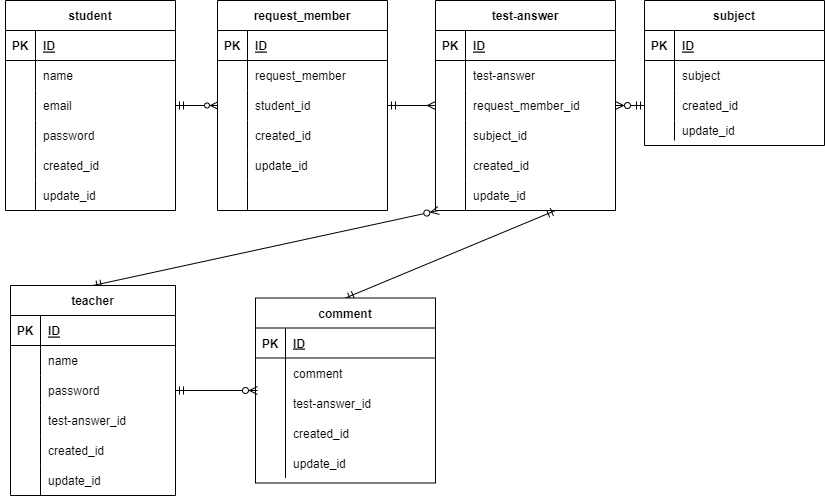
Before: 20221204_オダ.drawio.png, a diagram exported from draw.io (kazuyukiluck/20221204kadai). Source tidied: cells renumbered, new cells last; positions are measured from the earlier drawing's top-left corner, leaving out a move shared by most shapes.
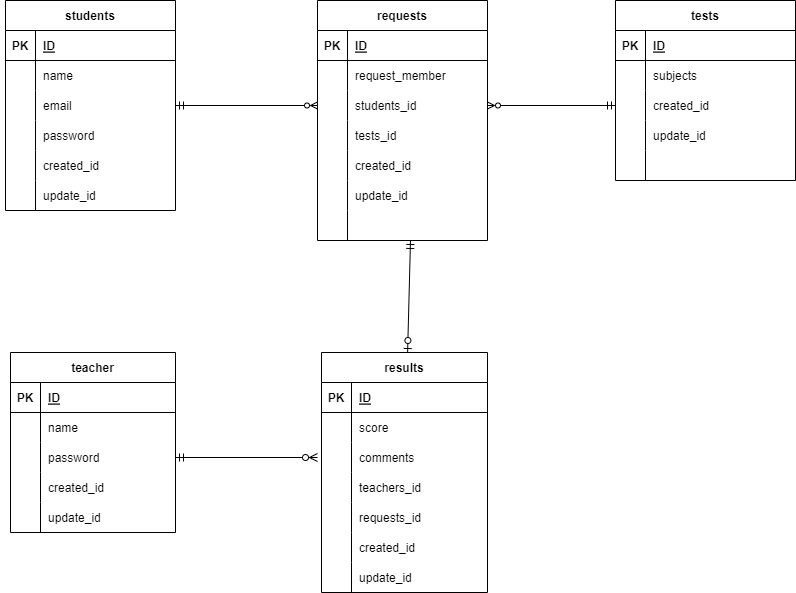
Above is the later version.

What changed in the source:
```diff
@@ -7,3 +7,3 @@
     </mxCell>
-    <mxCell id="3" value="student" style="shape=table;startSize=30;rowLines=0;fontStyle=1;align=center;" parent="1" vertex="1">
+    <mxCell id="3" value="students" style="shape=table;startSize=30;rowLines=0;fontStyle=1;align=center;" parent="1" vertex="1">
       <mxGeometry width="170" height="210" as="geometry" />
@@ -64,4 +64,4 @@
     </mxCell>
-    <mxCell id="22" value="test-answer" style="shape=table;startSize=30;rowLines=0;fontStyle=1;align=center;labelBorderColor=none;" parent="1" vertex="1">
-      <mxGeometry x="430" width="180" height="210" as="geometry" />
+    <mxCell id="22" value="tests" style="shape=table;startSize=30;rowLines=0;fontStyle=1;align=center;labelBorderColor=none;" parent="1" vertex="1">
+      <mxGeometry x="610" width="180" height="180" as="geometry" />
     </mxCell>
@@ -82,16 +82,7 @@
     </mxCell>
-    <mxCell id="28" value="test-answer" style="shape=partialRectangle;fillColor=none;top=0;left=0;bottom=0;right=0;align=left;spacingLeft=6;overflow=hidden;" parent="26" vertex="1">
+    <mxCell id="28" value="subjects" style="shape=partialRectangle;fillColor=none;top=0;left=0;bottom=0;right=0;align=left;spacingLeft=6;overflow=hidden;" parent="26" vertex="1">
       <mxGeometry x="30" width="150" height="30" as="geometry" />
     </mxCell>
-    <mxCell id="29" style="shape=partialRectangle;fillColor=none;top=0;left=0;bottom=0;right=0;points=[[0,0.5],[1,0.5]];portConstraint=eastwest;" parent="22" vertex="1">
-      <mxGeometry y="90" width="180" height="30" as="geometry" />
-    </mxCell>
-    <mxCell id="30" style="shape=partialRectangle;fillColor=none;top=0;left=0;bottom=0;right=0;overflow=hidden;" parent="29" vertex="1">
-      <mxGeometry width="30" height="30" as="geometry" />
-    </mxCell>
-    <mxCell id="31" value="request_member_id" style="shape=partialRectangle;fillColor=none;top=0;left=0;bottom=0;right=0;align=left;spacingLeft=6;overflow=hidden;" parent="29" vertex="1">
-      <mxGeometry x="30" width="150" height="30" as="geometry" />
-    </mxCell>
     <mxCell id="32" style="shape=partialRectangle;fillColor=none;top=0;left=0;bottom=0;right=0;points=[[0,0.5],[1,0.5]];portConstraint=eastwest;" parent="22" vertex="1">
-      <mxGeometry y="120" width="180" height="30" as="geometry" />
+      <mxGeometry y="90" width="180" height="30" as="geometry" />
     </mxCell>
@@ -100,3 +91,3 @@
     </mxCell>
-    <mxCell id="34" value="subject_id" style="shape=partialRectangle;fillColor=none;top=0;left=0;bottom=0;right=0;align=left;spacingLeft=6;overflow=hidden;" parent="32" vertex="1">
+    <mxCell id="34" value="created_id" style="shape=partialRectangle;fillColor=none;top=0;left=0;bottom=0;right=0;align=left;spacingLeft=6;overflow=hidden;" parent="32" vertex="1">
       <mxGeometry x="30" width="150" height="30" as="geometry" />
@@ -104,3 +95,3 @@
     <mxCell id="35" style="shape=partialRectangle;fillColor=none;top=0;left=0;bottom=0;right=0;" parent="22" vertex="1">
-      <mxGeometry y="150" width="180" height="30" as="geometry" />
+      <mxGeometry y="120" width="180" height="30" as="geometry" />
     </mxCell>
@@ -109,3 +100,3 @@
     </mxCell>
-    <mxCell id="37" style="shape=partialRectangle;fillColor=none;top=0;left=0;bottom=0;right=0;align=left;spacingLeft=6;overflow=hidden;" parent="35" vertex="1">
+    <mxCell id="37" value="update_id" style="shape=partialRectangle;fillColor=none;top=0;left=0;bottom=0;right=0;align=left;spacingLeft=6;overflow=hidden;" parent="35" vertex="1">
       <mxGeometry x="30" width="150" height="30" as="geometry" />
@@ -113,3 +104,3 @@
     <mxCell id="38" style="shape=partialRectangle;fillColor=none;top=0;left=0;bottom=0;right=0;points=[[0,0.5],[1,0.5]];portConstraint=eastwest;" parent="22" vertex="1">
-      <mxGeometry y="180" width="180" height="30" as="geometry" />
+      <mxGeometry y="150" width="180" height="30" as="geometry" />
     </mxCell>
@@ -121,44 +112,2 @@
     </mxCell>
-    <mxCell id="41" value="subject" style="shape=table;startSize=30;rowLines=0;fontStyle=1;align=center;" parent="1" vertex="1">
-      <mxGeometry x="639" width="180" height="145" as="geometry" />
-    </mxCell>
-    <mxCell id="42" style="shape=partialRectangle;fillColor=none;top=0;left=0;bottom=1;right=0;" parent="41" vertex="1">
-      <mxGeometry y="30" width="180" height="30" as="geometry" />
-    </mxCell>
-    <mxCell id="43" value="PK" style="shape=partialRectangle;fillColor=none;top=0;left=0;bottom=0;right=0;fontStyle=1;overflow=hidden;" parent="42" vertex="1">
-      <mxGeometry width="30" height="30" as="geometry" />
-    </mxCell>
-    <mxCell id="44" value="ID" style="shape=partialRectangle;fillColor=none;top=0;left=0;bottom=0;right=0;align=left;spacingLeft=6;fontStyle=5;overflow=hidden;" parent="42" vertex="1">
-      <mxGeometry x="30" width="150" height="30" as="geometry" />
-    </mxCell>
-    <mxCell id="45" style="shape=partialRectangle;fillColor=none;top=0;left=0;bottom=0;right=0;" parent="41" vertex="1">
-      <mxGeometry y="60" width="180" height="30" as="geometry" />
-    </mxCell>
-    <mxCell id="46" style="shape=partialRectangle;fillColor=none;top=0;left=0;bottom=0;right=0;overflow=hidden;" parent="45" vertex="1">
-      <mxGeometry width="30" height="30" as="geometry" />
-    </mxCell>
-    <mxCell id="47" value="subject" style="shape=partialRectangle;fillColor=none;top=0;left=0;bottom=0;right=0;align=left;spacingLeft=6;overflow=hidden;" parent="45" vertex="1">
-      <mxGeometry x="30" width="150" height="30" as="geometry" />
-    </mxCell>
-    <mxCell id="48" style="shape=partialRectangle;fillColor=none;top=0;left=0;bottom=0;right=0;points=[[0,0.5],[1,0.5]];portConstraint=eastwest;" parent="41" vertex="1">
-      <mxGeometry y="90" width="180" height="30" as="geometry" />
-    </mxCell>
-    <mxCell id="49" style="shape=partialRectangle;fillColor=none;top=0;left=0;bottom=0;right=0;overflow=hidden;" parent="48" vertex="1">
-      <mxGeometry width="30" height="30" as="geometry" />
-    </mxCell>
-    <mxCell id="50" value="created_id" style="shape=partialRectangle;fillColor=none;top=0;left=0;bottom=0;right=0;align=left;spacingLeft=6;overflow=hidden;" parent="48" vertex="1">
-      <mxGeometry x="30" width="150" height="30" as="geometry" />
-    </mxCell>
-    <mxCell id="51" style="shape=partialRectangle;fillColor=none;top=0;left=0;bottom=0;right=0;" parent="41" vertex="1">
-      <mxGeometry y="120" width="180" height="20" as="geometry" />
-    </mxCell>
-    <mxCell id="52" style="shape=partialRectangle;fillColor=none;top=0;left=0;bottom=0;right=0;overflow=hidden;" parent="51" vertex="1">
-      <mxGeometry width="30" height="20" as="geometry" />
-    </mxCell>
-    <mxCell id="53" value="update_id" style="shape=partialRectangle;fillColor=none;top=0;left=0;bottom=0;right=0;align=left;spacingLeft=6;overflow=hidden;" parent="51" vertex="1">
-      <mxGeometry x="30" width="150" height="20" as="geometry" />
-    </mxCell>
-    <mxCell id="54" style="edgeStyle=none;html=1;startArrow=ERmandOne;startFill=0;endArrow=ERzeroToMany;endFill=0;endSize=6;strokeWidth=1;entryX=1;entryY=0.5;entryDx=0;entryDy=0;" parent="1" edge="1" source="48" target="29">
-      <mxGeometry relative="1" as="geometry" />
-    </mxCell>
     <mxCell id="55" value="created_id" style="shape=partialRectangle;fillColor=none;top=0;left=0;bottom=0;right=0;align=left;spacingLeft=6;overflow=hidden;" parent="1" vertex="1">
@@ -169,13 +118,4 @@
     </mxCell>
-    <mxCell id="57" value="created_id" style="shape=partialRectangle;fillColor=none;top=0;left=0;bottom=0;right=0;align=left;spacingLeft=6;overflow=hidden;" parent="1" vertex="1">
-      <mxGeometry x="460" y="150" width="150" height="30" as="geometry" />
-    </mxCell>
-    <mxCell id="58" value="update_id" style="shape=partialRectangle;fillColor=none;top=0;left=0;bottom=0;right=0;align=left;spacingLeft=6;overflow=hidden;" parent="1" vertex="1">
-      <mxGeometry x="460" y="180" width="150" height="30" as="geometry" />
-    </mxCell>
-    <mxCell id="59" style="edgeStyle=none;html=1;entryX=0.017;entryY=1;entryDx=0;entryDy=0;startArrow=ERmandOne;startFill=0;endArrow=ERzeroToMany;endFill=0;endSize=6;strokeWidth=1;exitX=0.5;exitY=0;exitDx=0;exitDy=0;entryPerimeter=0;" parent="1" edge="1" source="60" target="38">
-      <mxGeometry relative="1" as="geometry" />
-    </mxCell>
     <mxCell id="60" value="teacher" style="shape=table;startSize=30;rowLines=0;fontStyle=1;align=center;" parent="1" vertex="1">
-      <mxGeometry x="5" y="285" width="165" height="210" as="geometry" />
+      <mxGeometry x="5" y="352" width="165" height="180" as="geometry" />
     </mxCell>
@@ -208,13 +148,4 @@
     </mxCell>
-    <mxCell id="70" style="shape=partialRectangle;fillColor=none;top=0;left=0;bottom=0;right=0;" parent="60" vertex="1">
-      <mxGeometry y="120" width="165" height="30" as="geometry" />
-    </mxCell>
-    <mxCell id="71" style="shape=partialRectangle;fillColor=none;top=0;left=0;bottom=0;right=0;overflow=hidden;" parent="70" vertex="1">
-      <mxGeometry width="30" height="30" as="geometry" />
-    </mxCell>
-    <mxCell id="72" value="test-answer_id" style="shape=partialRectangle;fillColor=none;top=0;left=0;bottom=0;right=0;align=left;spacingLeft=6;overflow=hidden;" parent="70" vertex="1">
-      <mxGeometry x="30" width="135" height="30" as="geometry" />
-    </mxCell>
     <mxCell id="73" style="shape=partialRectangle;fillColor=none;top=0;left=0;bottom=0;right=0;" parent="60" vertex="1">
-      <mxGeometry y="150" width="165" height="30" as="geometry" />
+      <mxGeometry y="120" width="165" height="30" as="geometry" />
     </mxCell>
@@ -227,3 +158,3 @@
     <mxCell id="76" style="shape=partialRectangle;fillColor=none;top=0;left=0;bottom=0;right=0;" parent="60" vertex="1">
-      <mxGeometry y="180" width="165" height="30" as="geometry" />
+      <mxGeometry y="150" width="165" height="30" as="geometry" />
     </mxCell>
@@ -235,12 +166,10 @@
     </mxCell>
-    <mxCell id="79" style="edgeStyle=none;html=1;endArrow=ERmandOne;endFill=0;startArrow=ERmandOne;startFill=0;exitX=0.5;exitY=0;exitDx=0;exitDy=0;" parent="1" edge="1" source="80">
-      <mxGeometry relative="1" as="geometry">
-        <mxPoint x="550" y="210" as="targetPoint" />
-      </mxGeometry>
-    </mxCell>
+    <mxCell id="117" style="edgeStyle=none;html=1;entryX=0.547;entryY=1;entryDx=0;entryDy=0;entryPerimeter=0;startArrow=ERzeroToOne;startFill=0;endArrow=ERmandOne;endFill=0;" parent="1" edge="1" source="80" target="114">
+      <mxGeometry relative="1" as="geometry" />
+    </mxCell>
-    <mxCell id="80" value="comment" style="shape=table;startSize=30;rowLines=0;fontStyle=1;align=center;" parent="1" vertex="1">
-      <mxGeometry x="250" y="297.5" width="180" height="185" as="geometry" />
+    <mxCell id="80" value="results" style="shape=table;startSize=30;rowLines=0;fontStyle=1;align=center;" parent="1" vertex="1">
+      <mxGeometry x="316" y="352" width="166" height="240" as="geometry" />
     </mxCell>
     <mxCell id="81" style="shape=partialRectangle;fillColor=none;top=0;left=0;bottom=1;right=0;" parent="80" vertex="1">
-      <mxGeometry y="30" width="180" height="30" as="geometry" />
+      <mxGeometry y="30" width="166" height="30" as="geometry" />
     </mxCell>
@@ -250,6 +179,6 @@
     <mxCell id="83" value="ID" style="shape=partialRectangle;fillColor=none;top=0;left=0;bottom=0;right=0;align=left;spacingLeft=6;fontStyle=5;overflow=hidden;" parent="81" vertex="1">
-      <mxGeometry x="30" width="150" height="30" as="geometry" />
+      <mxGeometry x="30" width="136" height="30" as="geometry" />
     </mxCell>
     <mxCell id="84" style="shape=partialRectangle;fillColor=none;top=0;left=0;bottom=0;right=0;" parent="80" vertex="1">
-      <mxGeometry y="60" width="180" height="30" as="geometry" />
+      <mxGeometry y="60" width="166" height="30" as="geometry" />
     </mxCell>
@@ -258,7 +187,25 @@
     </mxCell>
-    <mxCell id="86" value="comment" style="shape=partialRectangle;fillColor=none;top=0;left=0;bottom=0;right=0;align=left;spacingLeft=6;overflow=hidden;" parent="84" vertex="1">
-      <mxGeometry x="30" width="150" height="30" as="geometry" />
+    <mxCell id="86" value="score" style="shape=partialRectangle;fillColor=none;top=0;left=0;bottom=0;right=0;align=left;spacingLeft=6;overflow=hidden;" parent="84" vertex="1">
+      <mxGeometry x="30" width="136" height="30" as="geometry" />
     </mxCell>
+    <mxCell id="118" style="shape=partialRectangle;fillColor=none;top=0;left=0;bottom=0;right=0;" parent="80" vertex="1">
+      <mxGeometry y="90" width="166" height="30" as="geometry" />
+    </mxCell>
+    <mxCell id="119" style="shape=partialRectangle;fillColor=none;top=0;left=0;bottom=0;right=0;overflow=hidden;" parent="118" vertex="1">
+      <mxGeometry width="30" height="30" as="geometry" />
+    </mxCell>
+    <mxCell id="120" value="comments" style="shape=partialRectangle;fillColor=none;top=0;left=0;bottom=0;right=0;align=left;spacingLeft=6;overflow=hidden;" parent="118" vertex="1">
+      <mxGeometry x="30" width="136" height="30" as="geometry" />
+    </mxCell>
+    <mxCell id="121" style="shape=partialRectangle;fillColor=none;top=0;left=0;bottom=0;right=0;" parent="80" vertex="1">
+      <mxGeometry y="120" width="166" height="30" as="geometry" />
+    </mxCell>
+    <mxCell id="122" style="shape=partialRectangle;fillColor=none;top=0;left=0;bottom=0;right=0;overflow=hidden;" parent="121" vertex="1">
+      <mxGeometry width="30" height="30" as="geometry" />
+    </mxCell>
+    <mxCell id="123" value="teachers_id" style="shape=partialRectangle;fillColor=none;top=0;left=0;bottom=0;right=0;align=left;spacingLeft=6;overflow=hidden;" parent="121" vertex="1">
+      <mxGeometry x="30" width="136" height="30" as="geometry" />
+    </mxCell>
     <mxCell id="87" style="shape=partialRectangle;fillColor=none;top=0;left=0;bottom=0;right=0;points=[[0,0.5],[1,0.5]];portConstraint=eastwest;" parent="80" vertex="1">
-      <mxGeometry y="90" width="180" height="30" as="geometry" />
+      <mxGeometry y="150" width="166" height="30" as="geometry" />
     </mxCell>
@@ -267,7 +214,7 @@
     </mxCell>
-    <mxCell id="89" value="test-answer_id" style="shape=partialRectangle;fillColor=none;top=0;left=0;bottom=0;right=0;align=left;spacingLeft=6;overflow=hidden;" parent="87" vertex="1">
-      <mxGeometry x="30" width="150" height="30" as="geometry" />
+    <mxCell id="89" value="requests_id" style="shape=partialRectangle;fillColor=none;top=0;left=0;bottom=0;right=0;align=left;spacingLeft=6;overflow=hidden;" parent="87" vertex="1">
+      <mxGeometry x="30" width="136" height="30" as="geometry" />
     </mxCell>
     <mxCell id="90" style="shape=partialRectangle;fillColor=none;top=0;left=0;bottom=0;right=0;" parent="80" vertex="1">
-      <mxGeometry y="120" width="180" height="30" as="geometry" />
+      <mxGeometry y="180" width="166" height="30" as="geometry" />
     </mxCell>
@@ -277,6 +224,6 @@
     <mxCell id="92" value="created_id" style="shape=partialRectangle;fillColor=none;top=0;left=0;bottom=0;right=0;align=left;spacingLeft=6;overflow=hidden;" parent="90" vertex="1">
-      <mxGeometry x="30" width="150" height="30" as="geometry" />
+      <mxGeometry x="30" width="136" height="30" as="geometry" />
     </mxCell>
     <mxCell id="93" style="shape=partialRectangle;fillColor=none;top=0;left=0;bottom=0;right=0;" parent="80" vertex="1">
-      <mxGeometry y="150" width="180" height="30" as="geometry" />
+      <mxGeometry y="210" width="166" height="30" as="geometry" />
     </mxCell>
@@ -286,12 +233,14 @@
     <mxCell id="95" value="update_id" style="shape=partialRectangle;fillColor=none;top=0;left=0;bottom=0;right=0;align=left;spacingLeft=6;overflow=hidden;" parent="93" vertex="1">
-      <mxGeometry x="30" width="150" height="30" as="geometry" />
+      <mxGeometry x="30" width="136" height="30" as="geometry" />
     </mxCell>
-    <mxCell id="96" style="edgeStyle=none;html=1;entryX=0.011;entryY=0.083;entryDx=0;entryDy=0;entryPerimeter=0;startArrow=ERmandOne;startFill=0;endArrow=ERzeroToMany;endFill=0;" parent="1" edge="1" source="67" target="87">
-      <mxGeometry relative="1" as="geometry" />
+    <mxCell id="96" style="edgeStyle=none;html=1;startArrow=ERmandOne;startFill=0;endArrow=ERzeroToMany;endFill=0;" parent="1" edge="1" source="67">
+      <mxGeometry relative="1" as="geometry">
+        <mxPoint x="312" y="457" as="targetPoint" />
+      </mxGeometry>
     </mxCell>
-    <mxCell id="97" style="edgeStyle=none;html=1;entryX=0;entryY=0.5;entryDx=0;entryDy=0;startArrow=ERmandOne;startFill=0;endArrow=ERmany;endFill=0;" parent="1" edge="1" source="98" target="29">
+    <mxCell id="97" style="edgeStyle=none;html=1;entryX=0;entryY=0.5;entryDx=0;entryDy=0;startArrow=ERzeroToMany;startFill=0;endArrow=ERmandOne;endFill=0;" parent="1" edge="1" source="98" target="x">
       <mxGeometry relative="1" as="geometry" />
     </mxCell>
-    <mxCell id="98" value="request_member" style="shape=table;startSize=30;rowLines=0;fontStyle=1;align=center;" parent="1" vertex="1">
-      <mxGeometry x="212" width="170" height="210" as="geometry" />
+    <mxCell id="98" value="requests" style="shape=table;startSize=30;rowLines=0;fontStyle=1;align=center;" parent="1" vertex="1">
+      <mxGeometry x="312" width="170" height="240" as="geometry" />
     </mxCell>
@@ -321,7 +270,16 @@
     </mxCell>
-    <mxCell id="107" value="student_id" style="shape=partialRectangle;fillColor=none;top=0;left=0;bottom=0;right=0;align=left;spacingLeft=6;overflow=hidden;" parent="105" vertex="1">
+    <mxCell id="107" value="students_id" style="shape=partialRectangle;fillColor=none;top=0;left=0;bottom=0;right=0;align=left;spacingLeft=6;overflow=hidden;" parent="105" vertex="1">
       <mxGeometry x="30" width="140" height="30" as="geometry" />
     </mxCell>
+    <mxCell id="124" style="shape=partialRectangle;fillColor=none;top=0;left=0;bottom=0;right=0;" parent="98" vertex="1">
+      <mxGeometry y="120" width="170" height="30" as="geometry" />
+    </mxCell>
+    <mxCell id="125" style="shape=partialRectangle;fillColor=none;top=0;left=0;bottom=0;right=0;overflow=hidden;strokeWidth=10;" parent="124" vertex="1">
+      <mxGeometry width="30" height="30" as="geometry" />
+    </mxCell>
+    <mxCell id="126" value="tests_id" style="shape=partialRectangle;fillColor=none;top=0;left=0;bottom=0;right=0;align=left;spacingLeft=6;overflow=hidden;" parent="124" vertex="1">
+      <mxGeometry x="30" width="140" height="30" as="geometry" />
+    </mxCell>
     <mxCell id="108" style="shape=partialRectangle;fillColor=none;top=0;left=0;bottom=0;right=0;" parent="98" vertex="1">
-      <mxGeometry y="120" width="170" height="30" as="geometry" />
+      <mxGeometry y="150" width="170" height="30" as="geometry" />
     </mxCell>
@@ -334,3 +292,3 @@
     <mxCell id="111" style="shape=partialRectangle;fillColor=none;top=0;left=0;bottom=0;right=0;" parent="98" vertex="1">
-      <mxGeometry y="150" width="170" height="30" as="geometry" />
+      <mxGeometry y="180" width="170" height="30" as="geometry" />
     </mxCell>
@@ -343,3 +301,3 @@
     <mxCell id="114" style="shape=partialRectangle;fillColor=none;top=0;left=0;bottom=0;right=0;points=[[0,0.5],[1,0.5]];portConstraint=eastwest;" parent="98" vertex="1">
-      <mxGeometry y="180" width="170" height="30" as="geometry" />
+      <mxGeometry y="210" width="170" height="30" as="geometry" />
     </mxCell>
@@ -351,2 +309,5 @@
     </mxCell>
+    <mxCell id="127" style="html=1;startArrow=ERmandOne;startFill=0;endArrow=ERzeroToMany;endFill=0;endSize=5;entryX=1;entryY=0.5;entryDx=0;entryDy=0;exitX=0;exitY=0.5;exitDx=0;exitDy=0;" parent="1" edge="1" source="32" target="105">
+      <mxGeometry relative="1" as="geometry" />
+    </mxCell>
   </root>
```
